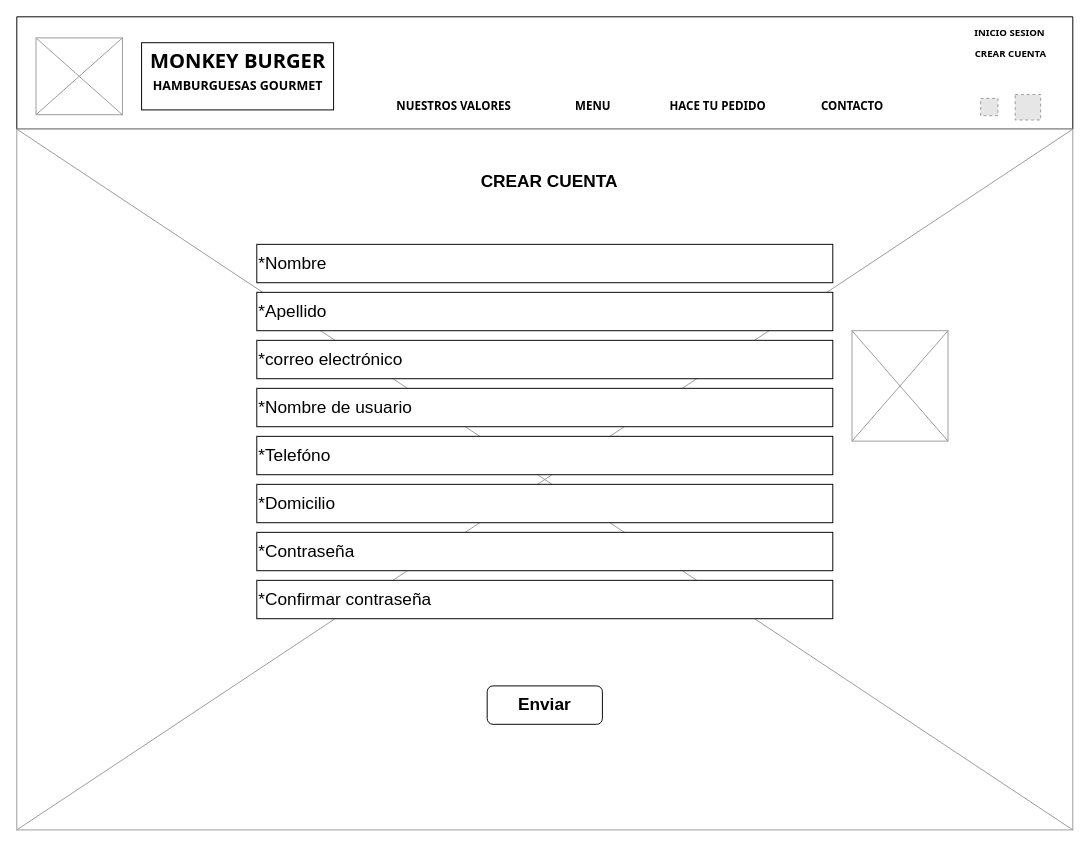
Earlier version of the draw.io diagram page "CREAR CUENTA" (3 of 6) of wireframes/Wireframe Monkey Diagram v.02.drawio (Rhyzzen7/grupo_3_MonkeyBurger). Source tidied: cells renumbered, new cells numbered last; positions are measured from the earlier drawing's top-left corner, leaving out a move shared by most shapes. Both pictures are drawn from the tidied source at 96%, with x=0, y=0 at pixel (16, 16). Pictures stored in the file or linked from it are replaced by grey dashed boxes.
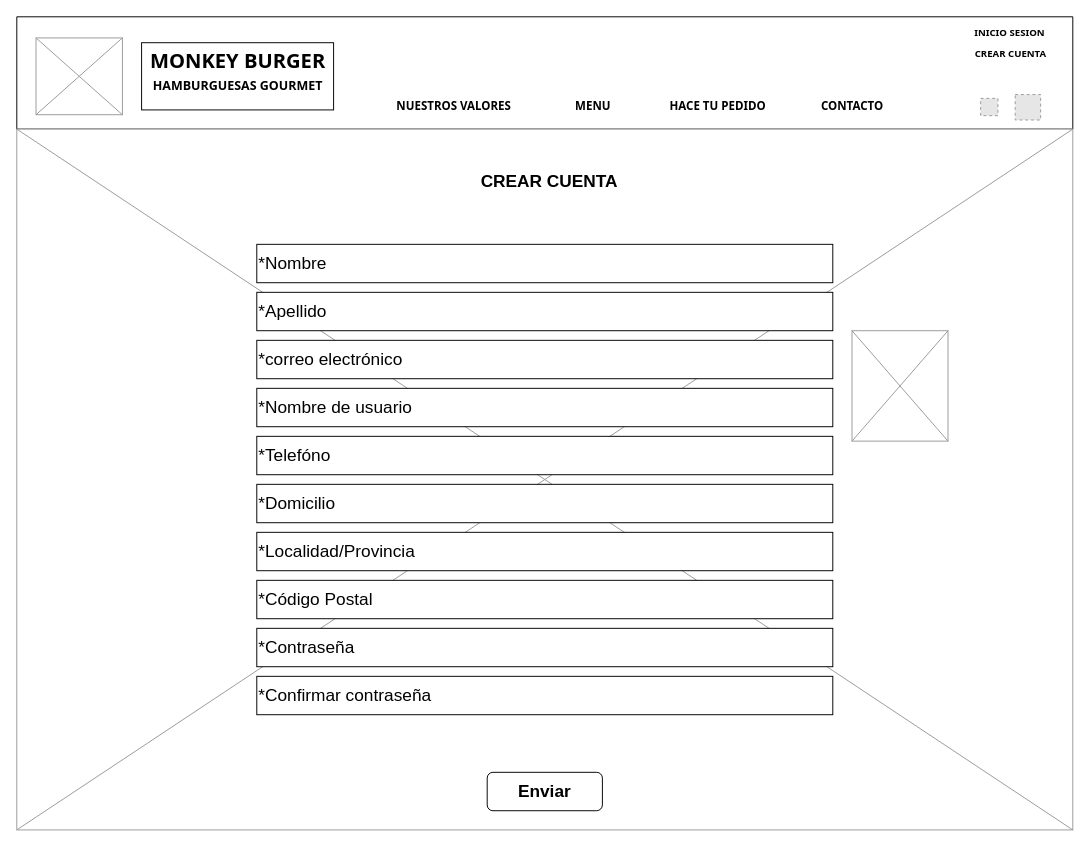
The same diagram, later.

Commit message (it also covers changes not shown here):
modificación pestaña crear cuenta del wireframes

The edit, as a diff of the source:
```diff
@@
     <mxCell id="17" value="&lt;b&gt;Enviar&lt;/b&gt;" style="rounded=1;whiteSpace=wrap;html=1;fontSize=18;" parent="1" vertex="1">
-      <mxGeometry x="490" y="697" width="120" height="40" as="geometry" />
+      <mxGeometry x="490" y="787" width="120" height="40" as="geometry" />
     </mxCell>
@@
-    <mxCell id="25" value="*Contraseña" style="rounded=0;whiteSpace=wrap;html=1;fontSize=18;align=left;" parent="1" vertex="1">
+    <mxCell id="25" value="*Localidad/Provincia" style="rounded=0;whiteSpace=wrap;html=1;fontSize=18;align=left;" parent="1" vertex="1">
       <mxGeometry x="250" y="537" width="600" height="40" as="geometry" />
     </mxCell>
-    <mxCell id="26" value="*Confirmar contraseña" style="rounded=0;whiteSpace=wrap;html=1;fontSize=18;align=left;" parent="1" vertex="1">
+    <mxCell id="26" value="*Código Postal" style="rounded=0;whiteSpace=wrap;html=1;fontSize=18;align=left;" parent="1" vertex="1">
       <mxGeometry x="250" y="587" width="600" height="40" as="geometry" />
     </mxCell>
+    <mxCell id="27" value="*Contraseña" style="rounded=0;whiteSpace=wrap;html=1;fontSize=18;align=left;" parent="1" vertex="1">
+      <mxGeometry x="250" y="637" width="600" height="40" as="geometry" />
+    </mxCell>
+    <mxCell id="28" value="*Confirmar contraseña" style="rounded=0;whiteSpace=wrap;html=1;fontSize=18;align=left;" parent="1" vertex="1">
+      <mxGeometry x="250" y="687" width="600" height="40" as="geometry" />
+    </mxCell>
```
